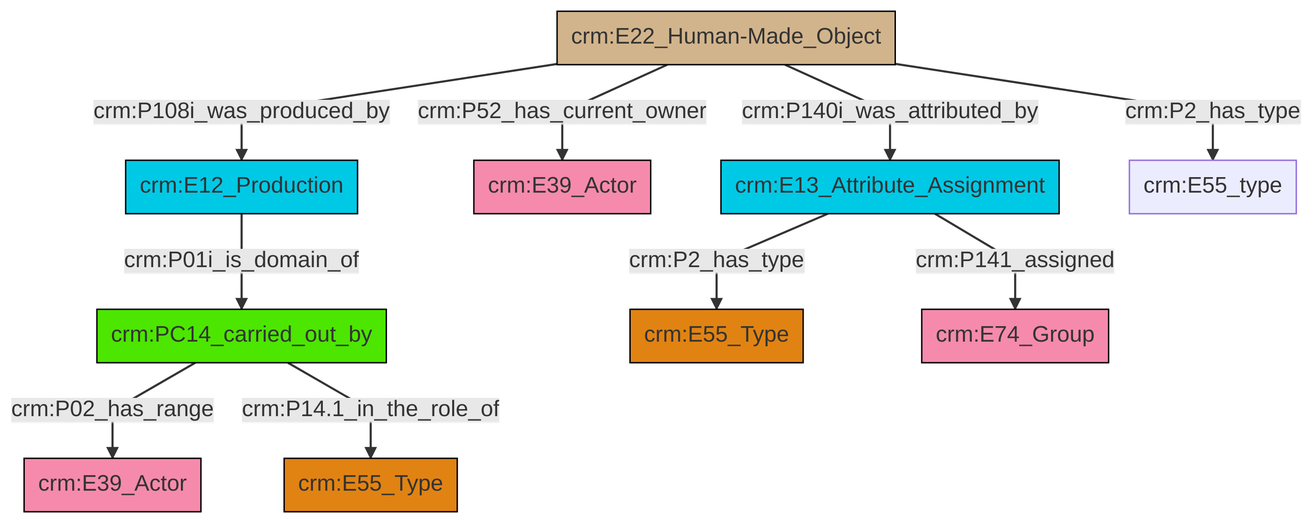
Before: et/builtWorkCSV/ttl/mmd/png/Built_Work_actor_relations.png, a diagram exported from Mermaid (swiss-art-research-net/reference-data-models). Its source is kept beside it as et/builtWorkCSV/ttl/mmd/Built_Work_actor_relations.ttl.mmd.
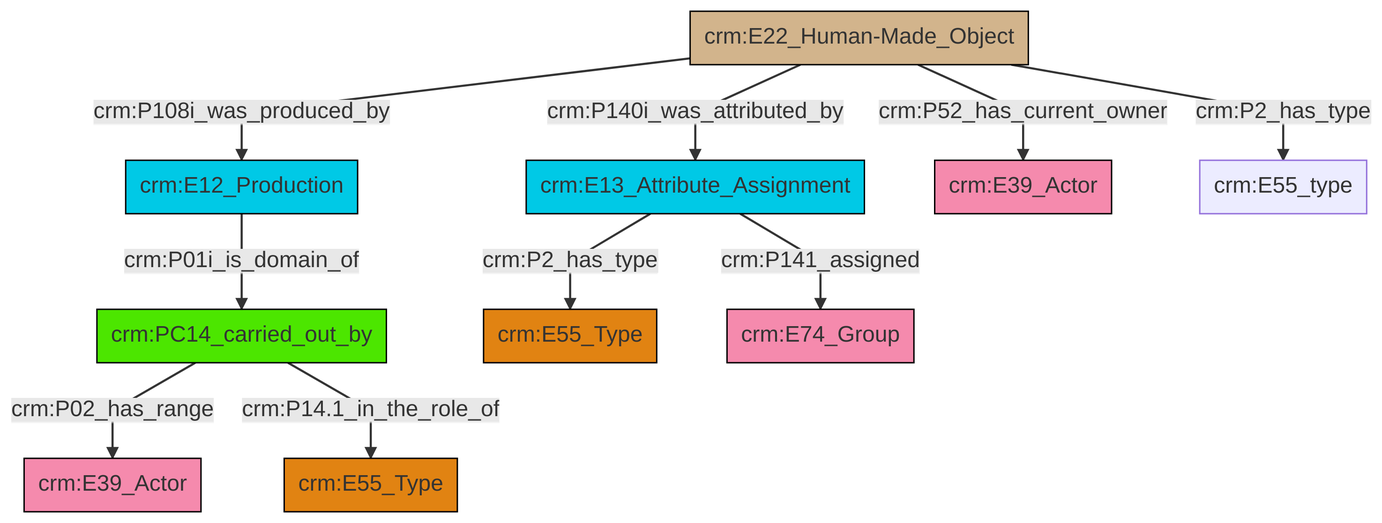
After the change.

Change to the diagram source:
```diff
@@ -13,12 +13,12 @@
 classDef PC_Classes fill:#4ce600, stroke:#000000;
 classDef Multi fill:#cccccc,stroke:#000000;
 
-4["crm:E13_Attribute_Assignment"]:::Temporal_Entity -->|crm:P2_has_type| 2["crm:E55_Type"]:::Type
-5["crm:E22_Human-Made_Object"]:::Physical_Thing -->|crm:P52_has_current_owner| 6["crm:E39_Actor"]:::Actor
-0["crm:PC14_carried_out_by"]:::PC_Classes -->|crm:P02_has_range| 8["crm:E39_Actor"]:::Actor
-0["crm:PC14_carried_out_by"]:::PC_Classes -->|crm:P14.1_in_the_role_of| 15["crm:E55_Type"]:::Type
-5["crm:E22_Human-Made_Object"]:::Physical_Thing -->|crm:P140i_was_attributed_by| 4["crm:E13_Attribute_Assignment"]:::Temporal_Entity
-5["crm:E22_Human-Made_Object"]:::Physical_Thing -->|crm:P2_has_type| 18["crm:E55_type"]:::Default
-5["crm:E22_Human-Made_Object"]:::Physical_Thing -->|crm:P108i_was_produced_by| 13["crm:E12_Production"]:::Temporal_Entity
-13["crm:E12_Production"]:::Temporal_Entity -->|crm:P01i_is_domain_of| 0["crm:PC14_carried_out_by"]:::PC_Classes
-4["crm:E13_Attribute_Assignment"]:::Temporal_Entity -->|crm:P141_assigned| 16["crm:E74_Group"]:::Actor
+4["crm:PC14_carried_out_by"]:::PC_Classes -->|crm:P02_has_range| 5["crm:E39_Actor"]:::Actor
+6["crm:E22_Human-Made_Object"]:::Physical_Thing -->|crm:P52_has_current_owner| 7["crm:E39_Actor"]:::Actor
+0["crm:E12_Production"]:::Temporal_Entity -->|crm:P01i_is_domain_of| 4["crm:PC14_carried_out_by"]:::PC_Classes
+6["crm:E22_Human-Made_Object"]:::Physical_Thing -->|crm:P2_has_type| 8["crm:E55_type"]:::Default
+2["crm:E13_Attribute_Assignment"]:::Temporal_Entity -->|crm:P141_assigned| 15["crm:E74_Group"]:::Actor
+4["crm:PC14_carried_out_by"]:::PC_Classes -->|crm:P14.1_in_the_role_of| 12["crm:E55_Type"]:::Type
+2["crm:E13_Attribute_Assignment"]:::Temporal_Entity -->|crm:P2_has_type| 9["crm:E55_Type"]:::Type
+6["crm:E22_Human-Made_Object"]:::Physical_Thing -->|crm:P140i_was_attributed_by| 2["crm:E13_Attribute_Assignment"]:::Temporal_Entity
+6["crm:E22_Human-Made_Object"]:::Physical_Thing -->|crm:P108i_was_produced_by| 0["crm:E12_Production"]:::Temporal_Entity
```
